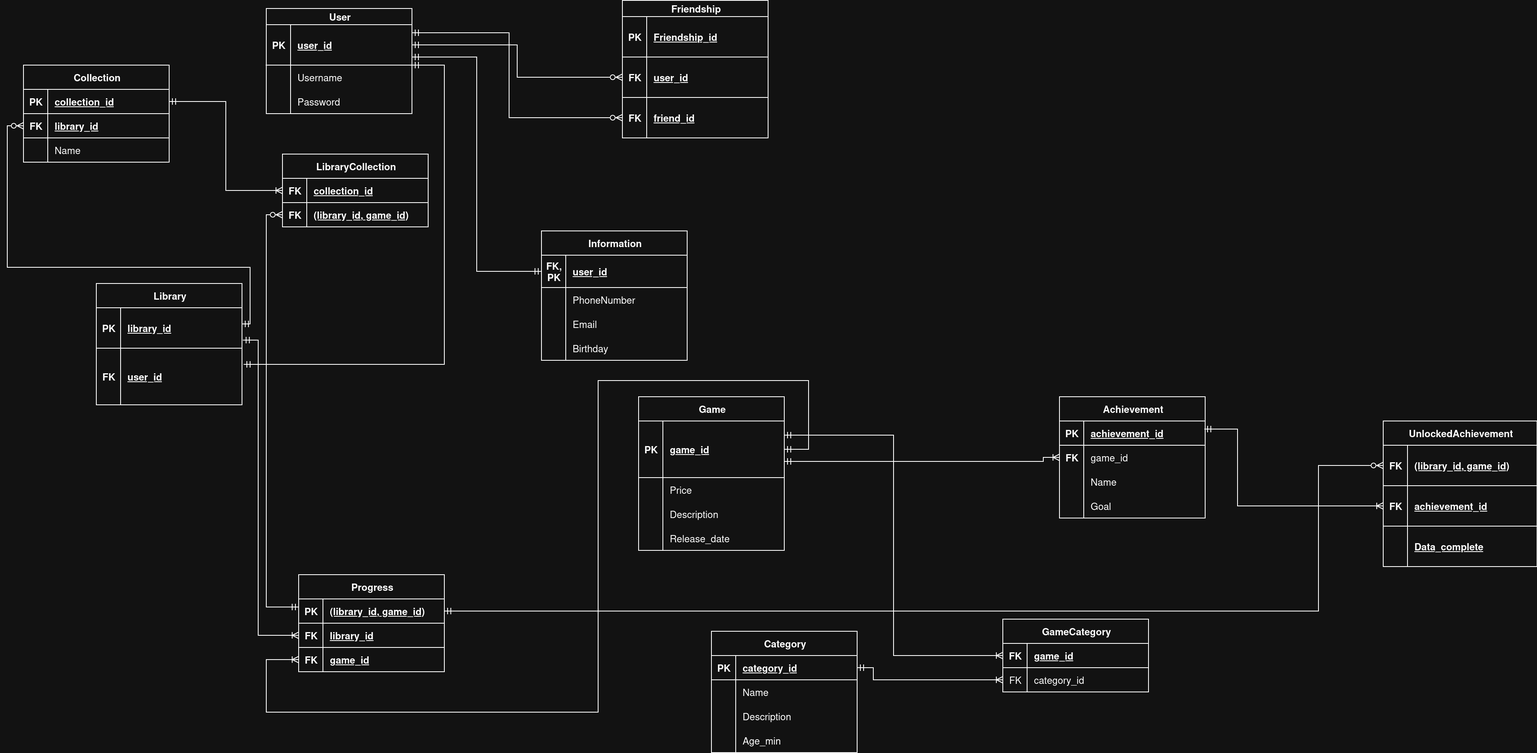
Earlier version of the draw.io export lab1/lab1_scheme.png (Tr1ggerbtw/DB-). Source tidied: cells renumbered, new cells last; positions are measured from the earlier drawing's top-left corner, leaving out a move shared by most shapes.
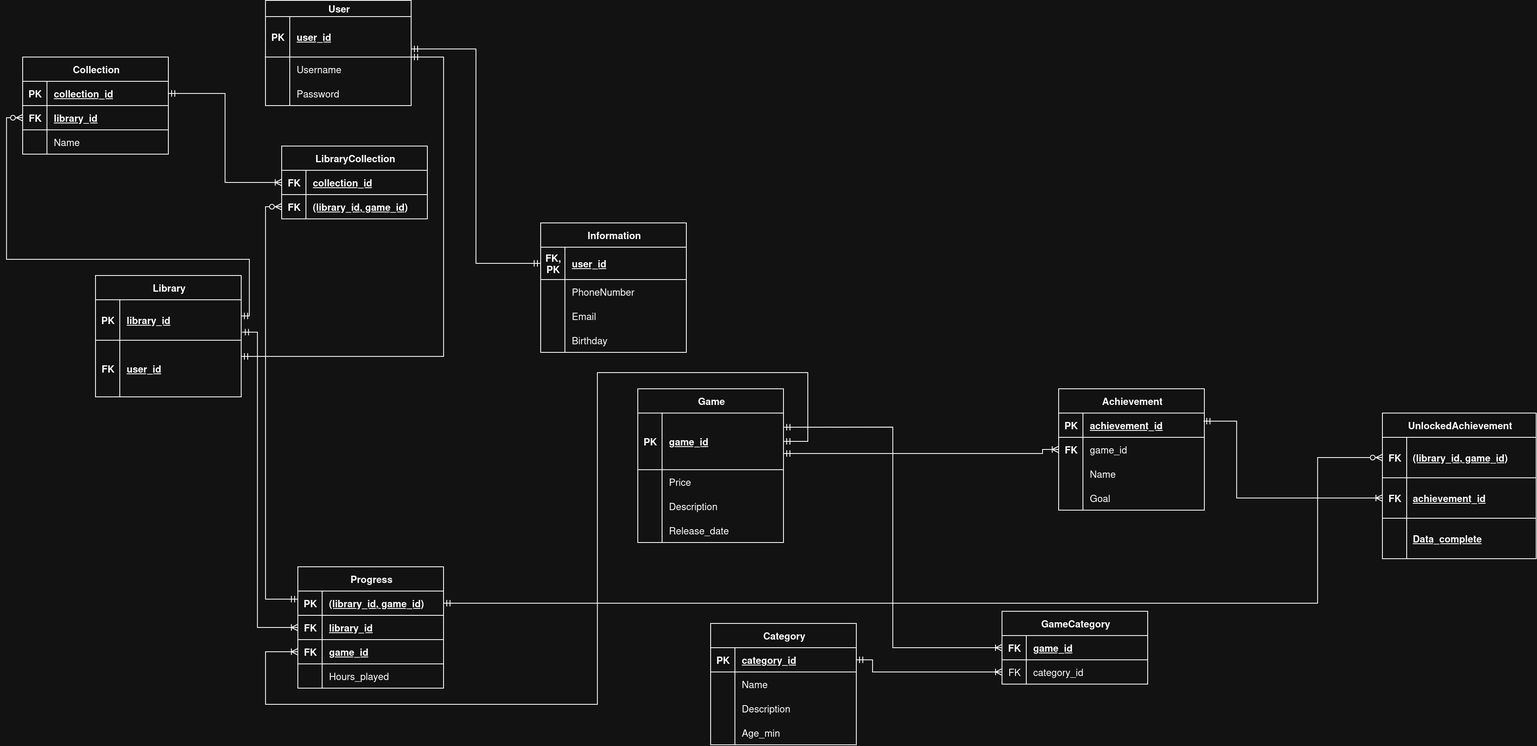
The same diagram one commit later.

Commit message:
Added attribute Hours_played in Progress

What changed in the source:
```diff
@@ -217,8 +217,8 @@
     <mxCell id="71" value="Age_min" style="shape=partialRectangle;fillColor=none;top=0;left=0;bottom=0;right=0;align=left;spacingLeft=6;overflow=hidden;whiteSpace=wrap;html=1;" parent="69" vertex="1">
       <mxGeometry x="30" width="150" height="30" as="geometry" />
     </mxCell>
-    <mxCell id="72" value="Progress" style="shape=table;startSize=30;rowLines=0;fontStyle=1;align=center;html=1;" parent="1" vertex="1">
-      <mxGeometry x="360" y="710" width="180" height="120" as="geometry" />
+    <mxCell id="72" value="Progress" style="shape=table;startSize=30;rowLines=0;fontStyle=1;align=center;html=1;fillColor=default;bottom=1;" parent="1" vertex="1">
+      <mxGeometry x="360" y="710" width="180" height="150" as="geometry" />
     </mxCell>
     <mxCell id="73" style="shape=tableRow;horizontal=0;startSize=0;swimlaneHead=0;swimlaneBody=0;fillColor=none;points=[[0,0.5],[1,0.5]];portConstraint=eastwest;top=0;left=0;right=0;bottom=1;" parent="72" vertex="1">
       <mxGeometry y="30" width="180" height="30" as="geometry" />
@@ -247,6 +247,15 @@
     <mxCell id="81" value="game_id" style="shape=partialRectangle;fillColor=none;top=0;left=0;bottom=0;right=0;align=left;spacingLeft=6;fontStyle=5;overflow=hidden;whiteSpace=wrap;html=1;" parent="79" vertex="1">
       <mxGeometry x="30" width="150" height="30" as="geometry" />
     </mxCell>
+    <mxCell id="140" style="shape=tableRow;horizontal=0;startSize=0;swimlaneHead=0;swimlaneBody=0;fillColor=none;top=0;left=0;right=0;bottom=1;" parent="72" vertex="1">
+      <mxGeometry y="120" width="180" height="30" as="geometry" />
+    </mxCell>
+    <mxCell id="141" style="shape=partialRectangle;fillColor=none;top=0;left=0;bottom=0;right=0;fontStyle=1;overflow=hidden;whiteSpace=wrap;html=1;" parent="140" vertex="1">
+      <mxGeometry width="30" height="30" as="geometry" />
+    </mxCell>
+    <mxCell id="142" value="Hours_played" style="shape=partialRectangle;fillColor=none;top=0;left=0;bottom=0;right=0;align=left;spacingLeft=6;fontStyle=0;overflow=hidden;whiteSpace=wrap;html=1;strokeColor=default;" parent="140" vertex="1">
+      <mxGeometry x="30" width="150" height="30" as="geometry" />
+    </mxCell>
     <mxCell id="82" value="GameCategory" style="shape=table;startSize=30;rowLines=0;fontStyle=1;align=center;html=1;" parent="1" vertex="1">
       <mxGeometry x="1230" y="765" width="180" height="90" as="geometry" />
     </mxCell>
@@ -443,46 +452,5 @@
         </Array>
       </mxGeometry>
     </mxCell>
-    <mxCell id="128" value="Friendship" style="shape=table;startSize=20;rowLines=0;fontStyle=1;align=center;html=1;" parent="1" vertex="1">
-      <mxGeometry x="760" width="180" height="170" as="geometry" />
-    </mxCell>
-    <mxCell id="129" style="shape=tableRow;horizontal=0;startSize=0;swimlaneHead=0;swimlaneBody=0;fillColor=none;top=0;left=0;right=0;bottom=1;" parent="128" vertex="1">
-      <mxGeometry y="20" width="180" height="50" as="geometry" />
-    </mxCell>
-    <mxCell id="130" value="PK" style="shape=partialRectangle;fillColor=none;top=0;left=0;bottom=0;right=0;fontStyle=1;overflow=hidden;whiteSpace=wrap;html=1;" parent="129" vertex="1">
-      <mxGeometry width="30" height="50" as="geometry" />
-    </mxCell>
-    <mxCell id="131" value="Friendship_id" style="shape=partialRectangle;fillColor=none;top=0;left=0;bottom=0;right=0;align=left;spacingLeft=6;fontStyle=5;overflow=hidden;whiteSpace=wrap;html=1;" parent="129" vertex="1">
-      <mxGeometry x="30" width="150" height="50" as="geometry" />
-    </mxCell>
-    <mxCell id="132" style="shape=tableRow;horizontal=0;startSize=0;swimlaneHead=0;swimlaneBody=0;fillColor=none;points=[[0,0.5],[1,0.5]];portConstraint=eastwest;top=0;left=0;right=0;bottom=1;" parent="128" vertex="1">
-      <mxGeometry y="70" width="180" height="50" as="geometry" />
-    </mxCell>
-    <mxCell id="133" value="FK" style="shape=partialRectangle;fillColor=none;top=0;left=0;bottom=0;right=0;fontStyle=1;overflow=hidden;whiteSpace=wrap;html=1;" parent="132" vertex="1">
-      <mxGeometry width="30" height="50" as="geometry" />
-    </mxCell>
-    <mxCell id="134" value="user_id" style="shape=partialRectangle;fillColor=none;top=0;left=0;bottom=0;right=0;align=left;spacingLeft=6;fontStyle=5;overflow=hidden;whiteSpace=wrap;html=1;" parent="132" vertex="1">
-      <mxGeometry x="30" width="150" height="50" as="geometry" />
-    </mxCell>
-    <mxCell id="135" style="shape=tableRow;horizontal=0;startSize=0;swimlaneHead=0;swimlaneBody=0;fillColor=none;points=[[0,0.5],[1,0.5]];portConstraint=eastwest;top=0;left=0;right=0;bottom=1;" parent="128" vertex="1">
-      <mxGeometry y="120" width="180" height="50" as="geometry" />
-    </mxCell>
-    <mxCell id="136" value="FK" style="shape=partialRectangle;fillColor=none;top=0;left=0;bottom=0;right=0;fontStyle=1;overflow=hidden;whiteSpace=wrap;html=1;" parent="135" vertex="1">
-      <mxGeometry width="30" height="50" as="geometry" />
-    </mxCell>
-    <mxCell id="137" value="friend_id" style="shape=partialRectangle;fillColor=none;top=0;left=0;bottom=0;right=0;align=left;spacingLeft=6;fontStyle=5;overflow=hidden;whiteSpace=wrap;html=1;" parent="135" vertex="1">
-      <mxGeometry x="30" width="150" height="50" as="geometry" />
-    </mxCell>
-    <mxCell id="138" style="edgeStyle=orthogonalEdgeStyle;rounded=0;jettySize=auto;html=1;entryX=0;entryY=0.5;entryDx=0;entryDy=0;endArrow=ERzeroToMany;endFill=0;startArrow=ERmandOne;startFill=0;" parent="1" edge="1" source="3" target="132">
-      <mxGeometry relative="1" as="geometry" />
-    </mxCell>
-    <mxCell id="139" style="edgeStyle=orthogonalEdgeStyle;rounded=0;jettySize=auto;html=1;entryX=0;entryY=0.5;entryDx=0;entryDy=0;startArrow=ERmandOne;startFill=0;endArrow=ERzeroToMany;endFill=0;" parent="1" edge="1" source="3" target="135">
-      <mxGeometry relative="1" as="geometry">
-        <Array as="points">
-          <mxPoint x="620" y="40" />
-          <mxPoint x="620" y="145" />
-        </Array>
-      </mxGeometry>
-    </mxCell>
   </root>
 </mxGraphModel>
```
